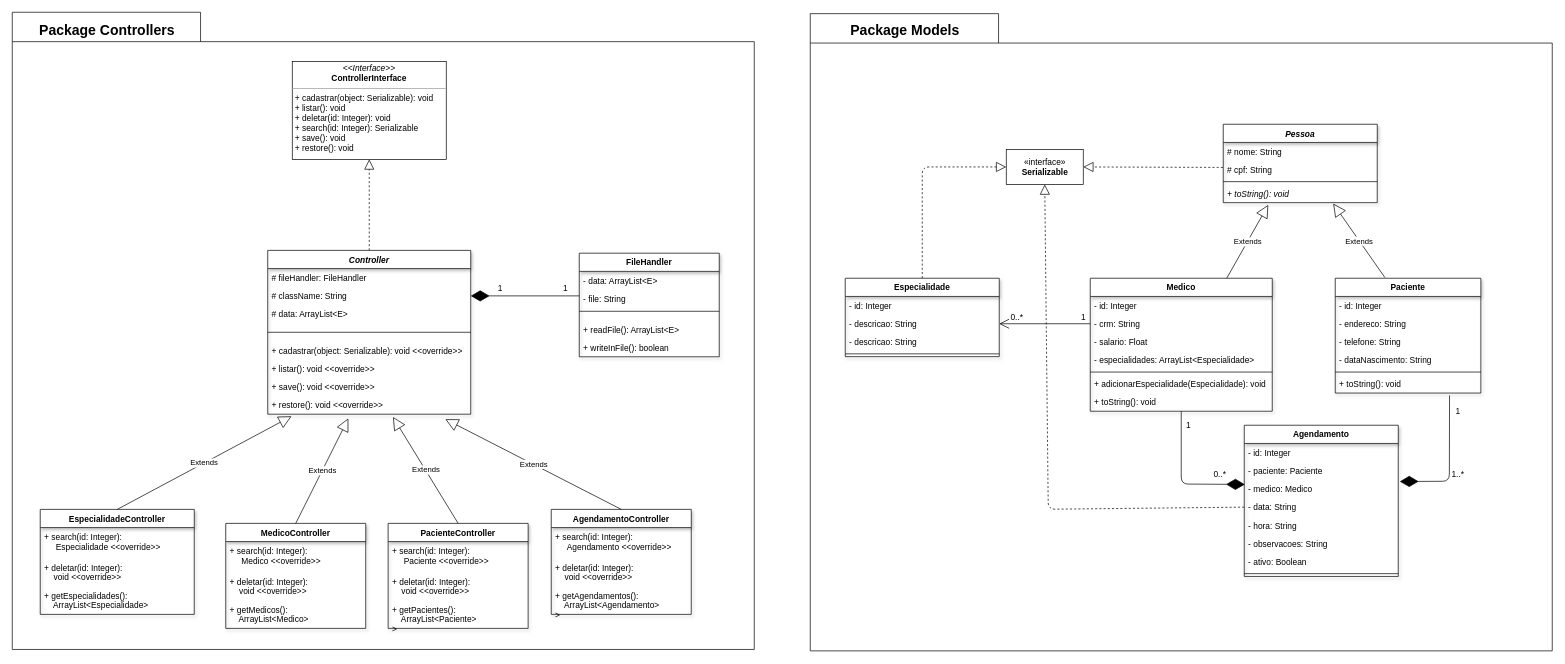
The draw.io diagram projeto1/docs/medical-clinic.drawio in thalysonalexr/POO, before the edit. Source tidied: cells renumbered, new cells numbered last; positions are measured from the earlier drawing's top-left corner, leaving out a move shared by most shapes. Both pictures are drawn from the tidied source at 70%, with x=0, y=0 at pixel (12, 12).
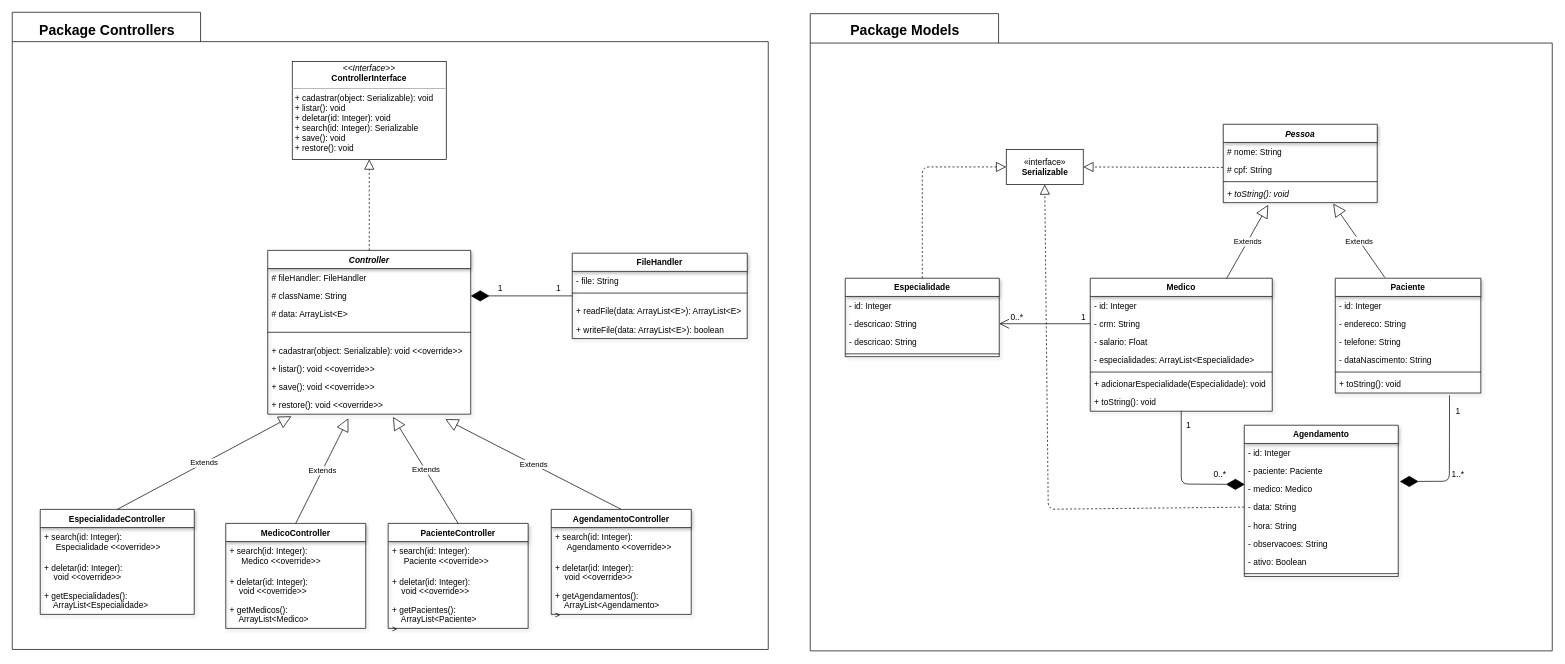
The same diagram, later.

Unchanged cells that the change refers to:
```xml
<mxCell id="5" value="# className: String" style="text;strokeColor=none;fillColor=none;align=left;verticalAlign=top;spacingLeft=4;spacingRight=4;overflow=hidden;points=[[0,0.5],[1,0.5]];portConstraint=eastwest;" parent="3" vertex="1">
  <mxGeometry y="52" width="290" height="26" as="geometry" />
</mxCell>
```

Change to the diagram source:
```diff
@@
     <mxCell id="2" style="shape=folder;fontStyle=1;spacingTop=10;tabWidth=269;tabHeight=42;tabPosition=left;html=1;" parent="1" vertex="1">
-      <mxGeometry width="1060" height="910.3" as="geometry" />
+      <mxGeometry width="1080" height="910.3" as="geometry" />
     </mxCell>
@@
     <mxCell id="14" value="FileHandler" style="swimlane;fontStyle=1;align=center;verticalAlign=top;horizontal=1;startSize=26;shadow=1;" parent="1" vertex="1">
-      <mxGeometry x="810" y="344.2" width="200" height="148" as="geometry" />
+      <mxGeometry x="800" y="344.2" width="250" height="122" as="geometry" />
     </mxCell>
-    <mxCell id="15" value="- data: ArrayList&lt;E&gt;" style="text;strokeColor=none;fillColor=none;align=left;verticalAlign=top;spacingLeft=4;spacingRight=4;overflow=hidden;" parent="14" vertex="1">
-      <mxGeometry y="26" width="200" height="26" as="geometry" />
-    </mxCell>
     <mxCell id="16" value="- file: String" style="text;strokeColor=none;fillColor=none;align=left;verticalAlign=top;spacingLeft=4;spacingRight=4;overflow=hidden;points=[[0,0.5],[1,0.5]];portConstraint=eastwest;" parent="14" vertex="1">
-      <mxGeometry y="52" width="200" height="18" as="geometry" />
+      <mxGeometry y="26" width="250" height="18" as="geometry" />
     </mxCell>
     <mxCell id="17" style="line;strokeWidth=1;fillColor=none;align=left;verticalAlign=middle;spacingTop=-1;spacingLeft=3;spacingRight=3;labelPosition=right;" parent="14" vertex="1">
-      <mxGeometry y="70" width="200" height="26" as="geometry" />
+      <mxGeometry y="44" width="250" height="26" as="geometry" />
     </mxCell>
-    <mxCell id="18" value="+ readFile(): ArrayList&lt;E&gt;" style="text;strokeColor=none;fillColor=none;align=left;verticalAlign=top;spacingLeft=4;spacingRight=4;overflow=hidden;" parent="14" vertex="1">
-      <mxGeometry y="96" width="200" height="26" as="geometry" />
+    <mxCell id="18" value="+ readFile(data: ArrayList&lt;E&gt;): ArrayList&lt;E&gt;" style="text;strokeColor=none;fillColor=none;align=left;verticalAlign=top;spacingLeft=4;spacingRight=4;overflow=hidden;" parent="14" vertex="1">
+      <mxGeometry y="70" width="250" height="26" as="geometry" />
     </mxCell>
-    <mxCell id="19" value="+ writeInFile(): boolean" style="text;strokeColor=none;fillColor=none;align=left;verticalAlign=top;spacingLeft=4;spacingRight=4;overflow=hidden;" parent="14" vertex="1">
-      <mxGeometry y="122" width="200" height="26" as="geometry" />
+    <mxCell id="19" value="+ writeFile(data: ArrayList&lt;E&gt;): boolean" style="text;strokeColor=none;fillColor=none;align=left;verticalAlign=top;spacingLeft=4;spacingRight=4;overflow=hidden;" parent="14" vertex="1">
+      <mxGeometry y="96" width="250" height="26" as="geometry" />
     </mxCell>
-    <mxCell id="20" style="endArrow=diamondThin;endFill=1;endSize=24;html=1;entryX=1;entryY=0.5;entryDx=0;entryDy=0;exitX=0;exitY=0.5;exitDx=0;exitDy=0;" parent="1" edge="1" source="16" target="5">
+    <mxCell id="20" style="endArrow=diamondThin;endFill=1;endSize=24;html=1;entryX=1;entryY=0.5;entryDx=0;entryDy=0;exitX=0;exitY=0.5;exitDx=0;exitDy=0;" parent="1" edge="1" source="14" target="5">
       <mxGeometry relative="1" as="geometry" />
     </mxCell>
@@
     <mxCell id="22" value="1" style="text;html=1;align=center;verticalAlign=middle;" parent="1" vertex="1">
-      <mxGeometry x="780" y="385.2" width="20" height="20" as="geometry" />
+      <mxGeometry x="770" y="385.2" width="20" height="20" as="geometry" />
     </mxCell>
```
